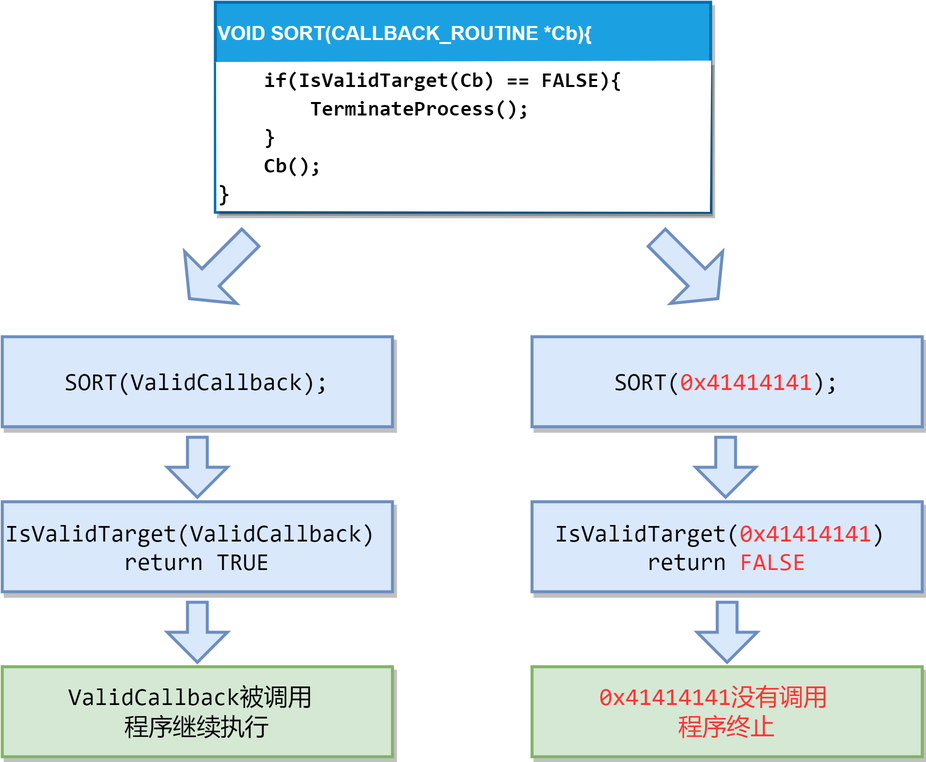
Earlier version of the draw.io export Diagram5.drawio.png (ZKX64/Textbook-graph). Source tidied: cells renumbered, new cells last; positions are measured from the earlier drawing's top-left corner, leaving out a move shared by most shapes.
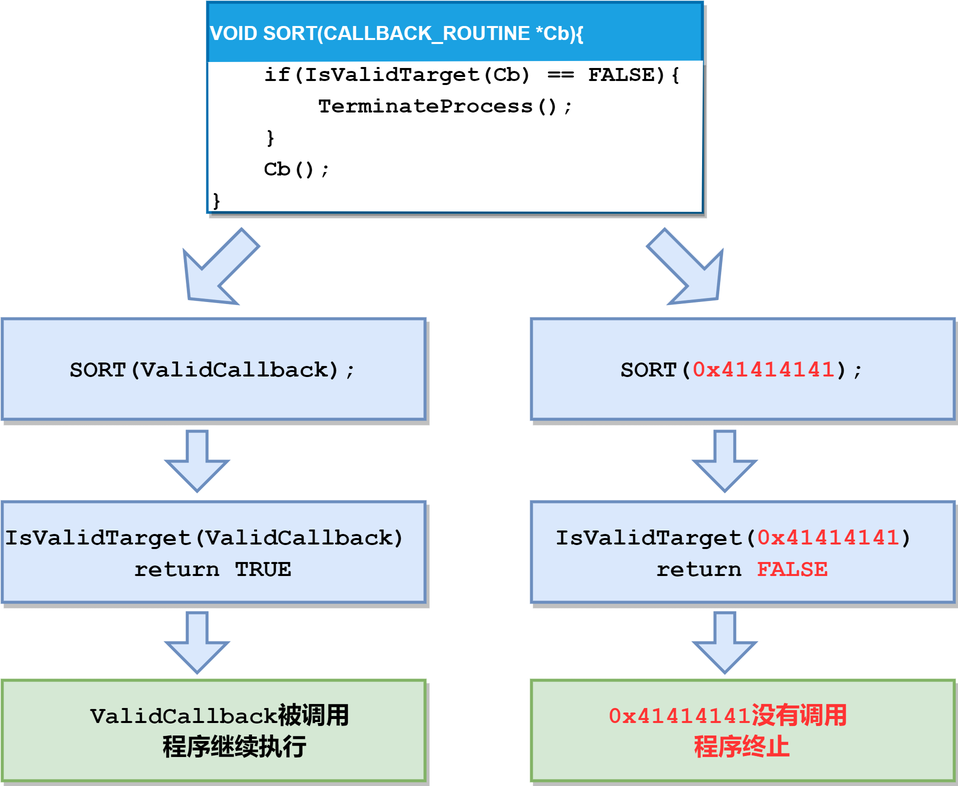
The same diagram one commit later.

What changed in the source:
```diff
@@ -3,46 +3,46 @@
     <mxCell id="0" />
     <mxCell id="1" parent="0" />
     <mxCell id="2" value="VOID SORT(CALLBACK_ROUTINE *Cb){" style="swimlane;fontStyle=1;horizontal=1;startSize=40;fillColor=#1ba1e2;swimlaneFillColor=#ffffff;strokeWidth=2;glass=0;swimlaneLine=0;shadow=1;strokeColor=#006EAF;align=left;fontSize=13;fillStyle=auto;fontColor=#ffffff;" parent="1" vertex="1">
-      <mxGeometry x="142" width="330" height="140" as="geometry" />
+      <mxGeometry x="137" width="330" height="140" as="geometry" />
     </mxCell>
-    <mxCell id="3" value="&lt;div style=&quot;font-family: Consolas, &amp;quot;Courier New&amp;quot;, monospace; line-height: 19px;&quot;&gt;&lt;div style=&quot;font-size: 14px;&quot;&gt;&lt;span style=&quot;background-color: initial;&quot;&gt;&amp;nbsp; &amp;nbsp;&lt;b&gt; if(IsValidTarget(Cb) == FALSE){&lt;/b&gt;&lt;/span&gt;&lt;b&gt;&lt;br&gt;&lt;/b&gt;&lt;/div&gt;&lt;div style=&quot;font-size: 14px;&quot;&gt;&lt;b&gt;&amp;nbsp; &amp;nbsp; &amp;nbsp; &amp;nbsp; TerminateProcess();&lt;/b&gt;&lt;/div&gt;&lt;div style=&quot;font-size: 14px;&quot;&gt;&lt;b&gt;&amp;nbsp; &amp;nbsp; }&lt;/b&gt;&lt;/div&gt;&lt;div style=&quot;font-size: 14px;&quot;&gt;&lt;b&gt;&amp;nbsp; &amp;nbsp; Cb();&lt;/b&gt;&lt;/div&gt;&lt;div style=&quot;&quot;&gt;&lt;b style=&quot;&quot;&gt;&lt;font style=&quot;font-size: 15px;&quot;&gt;}&lt;/font&gt;&lt;/b&gt;&lt;/div&gt;&lt;/div&gt;" style="whiteSpace=wrap;html=1;shadow=1;glass=0;strokeWidth=2;strokeColor=none;align=left;sketch=1;rounded=0;" parent="2" vertex="1">
+    <mxCell id="3" value="&lt;div style=&quot;line-height: 19px; font-size: 15px;&quot;&gt;&lt;div style=&quot;&quot;&gt;&lt;font style=&quot;font-size: 15px;&quot; face=&quot;Courier New&quot;&gt;&lt;span style=&quot;background-color: initial;&quot;&gt;&amp;nbsp; &amp;nbsp;&lt;b style=&quot;&quot;&gt; if(IsValidTarget(Cb) == FALSE){&lt;/b&gt;&lt;/span&gt;&lt;b style=&quot;&quot;&gt;&lt;br&gt;&lt;/b&gt;&lt;/font&gt;&lt;/div&gt;&lt;div style=&quot;&quot;&gt;&lt;b&gt;&lt;font style=&quot;font-size: 15px;&quot; face=&quot;Courier New&quot;&gt;&amp;nbsp; &amp;nbsp; &amp;nbsp; &amp;nbsp; TerminateProcess();&lt;/font&gt;&lt;/b&gt;&lt;/div&gt;&lt;div style=&quot;&quot;&gt;&lt;b&gt;&lt;font style=&quot;font-size: 15px;&quot; face=&quot;Courier New&quot;&gt;&amp;nbsp; &amp;nbsp; }&lt;/font&gt;&lt;/b&gt;&lt;/div&gt;&lt;div style=&quot;&quot;&gt;&lt;b&gt;&lt;font style=&quot;font-size: 15px;&quot; face=&quot;Courier New&quot;&gt;&amp;nbsp; &amp;nbsp; Cb();&lt;/font&gt;&lt;/b&gt;&lt;/div&gt;&lt;div style=&quot;&quot;&gt;&lt;b style=&quot;&quot;&gt;&lt;font face=&quot;Courier New&quot; style=&quot;font-size: 15px;&quot;&gt;}&lt;/font&gt;&lt;/b&gt;&lt;/div&gt;&lt;/div&gt;" style="whiteSpace=wrap;html=1;shadow=1;glass=0;strokeWidth=2;strokeColor=none;align=left;sketch=1;rounded=0;" parent="2" vertex="1">
       <mxGeometry y="40" width="330" height="100" as="geometry" />
     </mxCell>
-    <mxCell id="4" value="&lt;div style=&quot;font-family: Consolas, &amp;quot;Courier New&amp;quot;, monospace; line-height: 19px;&quot;&gt;&lt;font style=&quot;font-size: 16px;&quot;&gt;SORT(ValidCallback);&lt;/font&gt;&lt;/div&gt;" style="rounded=0;arcSize=10;whiteSpace=wrap;html=1;align=center;shadow=1;glass=0;labelBackgroundColor=none;sketch=0;fillStyle=solid;strokeWidth=2;fontSize=15;fillColor=#dae8fc;strokeColor=#6c8ebf;" parent="1" vertex="1">
-      <mxGeometry y="223" width="260" height="60" as="geometry" />
+    <mxCell id="4" value="&lt;div style=&quot;line-height: 19px;&quot;&gt;&lt;font face=&quot;Courier New&quot; style=&quot;font-size: 16px;&quot;&gt;&lt;b&gt;SORT(ValidCallback);&lt;/b&gt;&lt;/font&gt;&lt;/div&gt;" style="rounded=0;arcSize=10;whiteSpace=wrap;html=1;align=center;shadow=1;glass=0;labelBackgroundColor=none;sketch=0;fillStyle=solid;strokeWidth=2;fontSize=15;fillColor=#dae8fc;strokeColor=#6c8ebf;" parent="1" vertex="1">
+      <mxGeometry y="211" width="282" height="67" as="geometry" />
     </mxCell>
-    <mxCell id="5" value="&lt;div style=&quot;font-family: Consolas, &amp;quot;Courier New&amp;quot;, monospace; line-height: 19px; font-size: 16px;&quot;&gt;&lt;div style=&quot;line-height: 19px;&quot;&gt;IsValidTarget(&lt;span style=&quot;font-size: 16px;&quot;&gt;ValidCallback&lt;/span&gt;)&amp;nbsp;&lt;/div&gt;&lt;div style=&quot;line-height: 19px;&quot;&gt;return TRUE&lt;/div&gt;&lt;/div&gt;" style="rounded=0;arcSize=10;whiteSpace=wrap;html=1;align=center;shadow=1;glass=0;labelBackgroundColor=none;sketch=0;fillStyle=solid;strokeWidth=2;fontSize=15;fillColor=#dae8fc;strokeColor=#6c8ebf;" parent="1" vertex="1">
-      <mxGeometry y="333" width="260" height="60" as="geometry" />
+    <mxCell id="5" value="&lt;div style=&quot;line-height: 19px; font-size: 16px;&quot;&gt;&lt;div style=&quot;line-height: 19px;&quot;&gt;&lt;font face=&quot;Courier New&quot;&gt;&lt;b&gt;IsValidTarget(&lt;span style=&quot;font-size: 16px;&quot;&gt;ValidCallback&lt;/span&gt;)&amp;nbsp;&lt;/b&gt;&lt;/font&gt;&lt;/div&gt;&lt;div style=&quot;line-height: 19px;&quot;&gt;&lt;font face=&quot;Courier New&quot;&gt;&lt;b&gt;return TRUE&lt;/b&gt;&lt;/font&gt;&lt;/div&gt;&lt;/div&gt;" style="rounded=0;arcSize=10;whiteSpace=wrap;html=1;align=center;shadow=1;glass=0;labelBackgroundColor=none;sketch=0;fillStyle=solid;strokeWidth=2;fontSize=15;fillColor=#dae8fc;strokeColor=#6c8ebf;" parent="1" vertex="1">
+      <mxGeometry y="333" width="282" height="67" as="geometry" />
     </mxCell>
-    <mxCell id="6" value="&lt;div style=&quot;font-family: Consolas, &amp;quot;Courier New&amp;quot;, monospace; line-height: 19px;&quot;&gt;&lt;font style=&quot;font-size: 16px;&quot;&gt;&amp;nbsp; &amp;nbsp; ValidCallback被调用&amp;nbsp; &amp;nbsp; &amp;nbsp; 程序继续执行&lt;/font&gt;&lt;/div&gt;" style="rounded=0;arcSize=10;whiteSpace=wrap;html=1;align=center;shadow=1;glass=0;labelBackgroundColor=none;sketch=0;fillStyle=solid;strokeWidth=2;fontSize=15;fillColor=#d5e8d4;strokeColor=#82b366;" parent="1" vertex="1">
-      <mxGeometry y="443" width="260" height="60" as="geometry" />
+    <mxCell id="6" value="&lt;div style=&quot;line-height: 19px;&quot;&gt;&lt;font face=&quot;Courier New&quot; style=&quot;font-size: 16px;&quot;&gt;&amp;nbsp; &amp;nbsp; &amp;nbsp; ValidCallback被调用&amp;nbsp; &amp;nbsp; &amp;nbsp; &amp;nbsp; &amp;nbsp;程序继续执行&lt;/font&gt;&lt;/div&gt;" style="rounded=0;arcSize=10;whiteSpace=wrap;html=1;align=center;shadow=1;glass=0;labelBackgroundColor=none;sketch=0;fillStyle=solid;strokeWidth=2;fontSize=15;fillColor=#d5e8d4;strokeColor=#82b366;fontStyle=1;" parent="1" vertex="1">
+      <mxGeometry y="452" width="282" height="67" as="geometry" />
     </mxCell>
     <mxCell id="7" style="html=1;shadow=0;dashed=0;align=center;verticalAlign=middle;shape=mxgraph.arrows2.arrow;dy=0.67;dx=20;notch=0;rounded=0;glass=0;labelBackgroundColor=none;sketch=0;fillStyle=solid;strokeWidth=2;fontSize=16;fillColor=#dae8fc;rotation=90;strokeColor=#6c8ebf;" parent="1" vertex="1">
-      <mxGeometry x="110" y="290" width="40" height="40" as="geometry" />
+      <mxGeometry x="110" y="286" width="40" height="40" as="geometry" />
     </mxCell>
     <mxCell id="8" style="html=1;shadow=0;dashed=0;align=center;verticalAlign=middle;shape=mxgraph.arrows2.arrow;dy=0.67;dx=20;notch=0;rounded=0;glass=0;labelBackgroundColor=none;sketch=0;fillStyle=solid;strokeWidth=2;fontSize=16;fillColor=#dae8fc;rotation=90;strokeColor=#6c8ebf;" parent="1" vertex="1">
-      <mxGeometry x="110" y="400" width="40" height="40" as="geometry" />
+      <mxGeometry x="110" y="407" width="40" height="40" as="geometry" />
     </mxCell>
     <mxCell id="9" style="html=1;shadow=0;dashed=0;align=center;verticalAlign=middle;shape=mxgraph.arrows2.arrow;dy=0.67;dx=20;notch=0;rounded=0;glass=0;labelBackgroundColor=none;sketch=0;fillStyle=solid;strokeWidth=2;fontSize=16;fillColor=#dae8fc;rotation=45;direction=south;strokeColor=#6c8ebf;" parent="1" vertex="1">
       <mxGeometry x="120.5" y="148.5" width="49" height="57.5" as="geometry" />
     </mxCell>
-    <mxCell id="10" value="&lt;div style=&quot;font-family: Consolas, &amp;quot;Courier New&amp;quot;, monospace; line-height: 19px;&quot;&gt;&lt;font style=&quot;font-size: 16px;&quot;&gt;SORT(&lt;font color=&quot;#ff3333&quot;&gt;0x41414141&lt;/font&gt;);&lt;/font&gt;&lt;/div&gt;" style="rounded=0;arcSize=10;whiteSpace=wrap;html=1;align=center;shadow=1;glass=0;labelBackgroundColor=none;sketch=0;fillStyle=solid;strokeWidth=2;fontSize=15;fillColor=#dae8fc;strokeColor=#6c8ebf;" parent="1" vertex="1">
-      <mxGeometry x="353" y="223" width="260" height="60" as="geometry" />
+    <mxCell id="10" value="&lt;div style=&quot;line-height: 19px;&quot;&gt;&lt;font face=&quot;Courier New&quot; style=&quot;font-size: 16px;&quot;&gt;SORT(&lt;font style=&quot;&quot; color=&quot;#ff3333&quot;&gt;0x41414141&lt;/font&gt;);&lt;/font&gt;&lt;/div&gt;" style="rounded=0;arcSize=10;whiteSpace=wrap;html=1;align=center;shadow=1;glass=0;labelBackgroundColor=none;sketch=0;fillStyle=solid;strokeWidth=2;fontSize=15;fillColor=#dae8fc;strokeColor=#6c8ebf;fontStyle=1;" parent="1" vertex="1">
+      <mxGeometry x="353" y="211" width="282" height="67" as="geometry" />
     </mxCell>
-    <mxCell id="11" value="&lt;div style=&quot;font-family: Consolas, &amp;quot;Courier New&amp;quot;, monospace; line-height: 19px;&quot;&gt;&lt;div style=&quot;font-size: 16px; line-height: 19px;&quot;&gt;IsValidTarget(&lt;span style=&quot;color: rgb(255, 51, 51);&quot;&gt;0x41414141&lt;/span&gt;)&amp;nbsp;&lt;/div&gt;&lt;div style=&quot;font-size: 16px; line-height: 19px;&quot;&gt;return &lt;font color=&quot;#ff3333&quot;&gt;FALSE&lt;/font&gt;&lt;/div&gt;&lt;/div&gt;" style="rounded=0;arcSize=10;whiteSpace=wrap;html=1;align=center;shadow=1;glass=0;labelBackgroundColor=none;sketch=0;fillStyle=solid;strokeWidth=2;fontSize=15;fillColor=#dae8fc;strokeColor=#6c8ebf;" parent="1" vertex="1">
-      <mxGeometry x="353" y="333" width="260" height="60" as="geometry" />
+    <mxCell id="11" value="&lt;div style=&quot;line-height: 19px;&quot;&gt;&lt;div style=&quot;font-size: 16px; line-height: 19px;&quot;&gt;&lt;font face=&quot;Courier New&quot;&gt;IsValidTarget(&lt;span style=&quot;color: rgb(255, 51, 51);&quot;&gt;0x41414141&lt;/span&gt;)&amp;nbsp;&lt;/font&gt;&lt;/div&gt;&lt;div style=&quot;font-size: 16px; line-height: 19px;&quot;&gt;&lt;font face=&quot;Courier New&quot;&gt;return &lt;font style=&quot;&quot; color=&quot;#ff3333&quot;&gt;FALSE&lt;/font&gt;&lt;/font&gt;&lt;/div&gt;&lt;/div&gt;" style="rounded=0;arcSize=10;whiteSpace=wrap;html=1;align=center;shadow=1;glass=0;labelBackgroundColor=none;sketch=0;fillStyle=solid;strokeWidth=2;fontSize=15;fillColor=#dae8fc;strokeColor=#6c8ebf;fontStyle=1;" parent="1" vertex="1">
+      <mxGeometry x="353" y="333" width="282" height="67" as="geometry" />
     </mxCell>
-    <mxCell id="12" value="&lt;div style=&quot;font-family: Consolas, &amp;quot;Courier New&amp;quot;, monospace; line-height: 19px;&quot;&gt;&lt;span style=&quot;color: rgb(255, 51, 51); font-size: 16px;&quot;&gt;&amp;nbsp; &amp;nbsp; &amp;nbsp;0x41414141没有调用&amp;nbsp; &amp;nbsp; &amp;nbsp; &amp;nbsp; 程序终止&lt;/span&gt;&lt;/div&gt;" style="rounded=0;arcSize=10;whiteSpace=wrap;html=1;align=center;shadow=1;glass=0;labelBackgroundColor=none;sketch=0;fillStyle=solid;strokeWidth=2;fontSize=15;fillColor=#d5e8d4;strokeColor=#82b366;" parent="1" vertex="1">
-      <mxGeometry x="353" y="443" width="260" height="60" as="geometry" />
+    <mxCell id="12" value="&lt;div style=&quot;line-height: 19px;&quot;&gt;&lt;span style=&quot;color: rgb(255, 51, 51); font-size: 16px;&quot;&gt;&lt;font face=&quot;Courier New&quot;&gt;&amp;nbsp; &amp;nbsp; &amp;nbsp;0x41414141没有调用&amp;nbsp; &amp;nbsp; &amp;nbsp; &amp;nbsp; 程序终止&lt;/font&gt;&lt;/span&gt;&lt;/div&gt;" style="rounded=0;arcSize=10;whiteSpace=wrap;html=1;align=center;shadow=1;glass=0;labelBackgroundColor=none;sketch=0;fillStyle=solid;strokeWidth=2;fontSize=15;fillColor=#d5e8d4;strokeColor=#82b366;fontStyle=1;" parent="1" vertex="1">
+      <mxGeometry x="353" y="452" width="282" height="67" as="geometry" />
     </mxCell>
     <mxCell id="13" style="html=1;shadow=0;dashed=0;align=center;verticalAlign=middle;shape=mxgraph.arrows2.arrow;dy=0.67;dx=20;notch=0;rounded=0;glass=0;labelBackgroundColor=none;sketch=0;fillStyle=solid;strokeWidth=2;fontSize=16;fillColor=#dae8fc;rotation=-45;direction=south;strokeColor=#6c8ebf;" parent="1" vertex="1">
       <mxGeometry x="432" y="148.5" width="49" height="57.5" as="geometry" />
     </mxCell>
     <mxCell id="14" style="html=1;shadow=0;dashed=0;align=center;verticalAlign=middle;shape=mxgraph.arrows2.arrow;dy=0.67;dx=20;notch=0;rounded=0;glass=0;labelBackgroundColor=none;sketch=0;fillStyle=solid;strokeWidth=2;fontSize=16;fillColor=#dae8fc;rotation=90;strokeColor=#6c8ebf;" parent="1" vertex="1">
-      <mxGeometry x="462" y="290" width="40" height="40" as="geometry" />
+      <mxGeometry x="462" y="286" width="40" height="40" as="geometry" />
     </mxCell>
     <mxCell id="15" style="html=1;shadow=0;dashed=0;align=center;verticalAlign=middle;shape=mxgraph.arrows2.arrow;dy=0.67;dx=20;notch=0;rounded=0;glass=0;labelBackgroundColor=none;sketch=0;fillStyle=solid;strokeWidth=2;fontSize=16;fillColor=#dae8fc;rotation=90;strokeColor=#6c8ebf;" parent="1" vertex="1">
-      <mxGeometry x="463" y="400" width="40" height="40" as="geometry" />
+      <mxGeometry x="462" y="407" width="40" height="40" as="geometry" />
     </mxCell>
   </root>
 </mxGraphModel>
```
